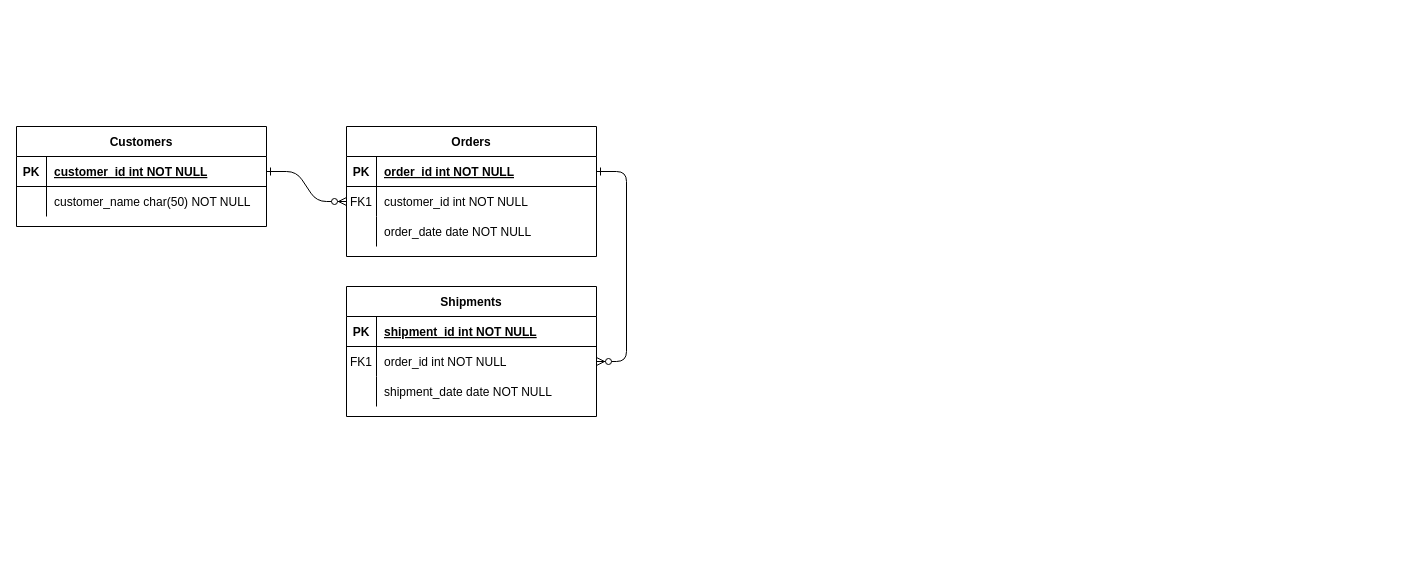
The draw.io diagram Untitled Diagram.drawio in Meepo39-1/AmdarisFInaleGitTest, before the edit. Source tidied: cells renumbered, new cells numbered last; positions are measured from the earlier drawing's top-left corner, leaving out a move shared by most shapes. Both pictures are drawn from the tidied source at 100%, with x=0, y=0 at pixel (16, 126).
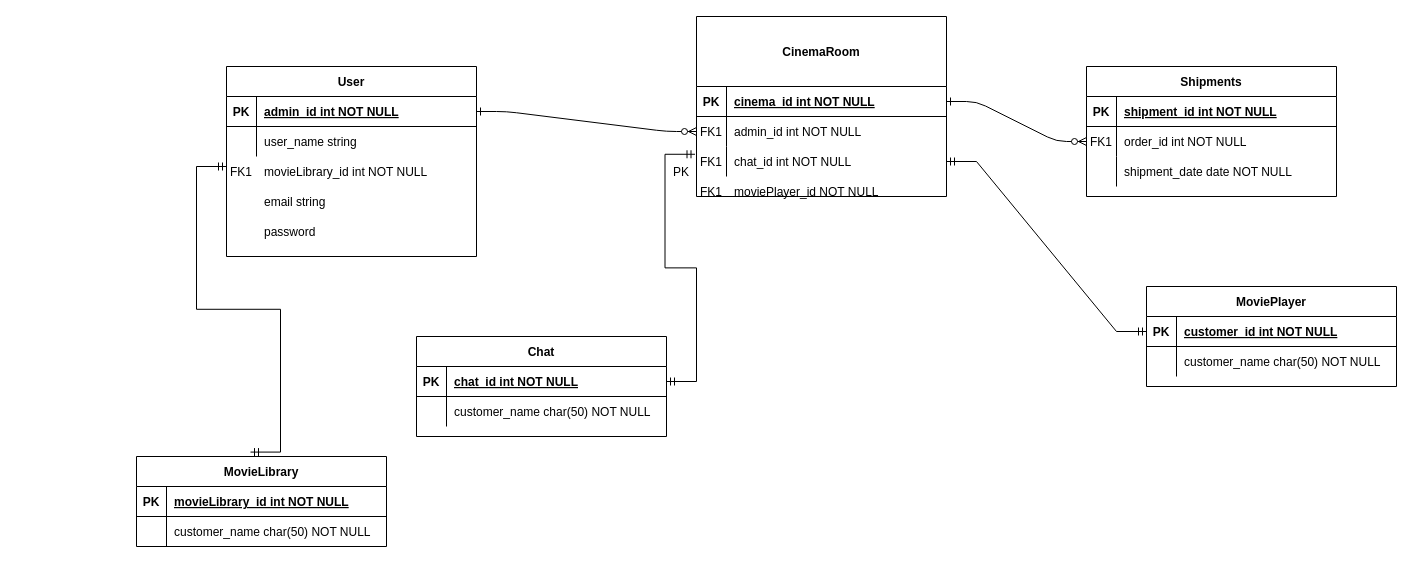
The same diagram, later.

Unchanged cells that the change refers to:
```xml
<mxCell id="25" style="shape=partialRectangle;fillColor=none;points=[[0,0.5],[1,0.5]];portConstraint=eastwest;top=0;left=0;right=0;bottom=1;" parent="24" vertex="1">
  <mxGeometry y="30" width="250" height="30" as="geometry" />
</mxCell>
<mxCell id="28" style="shape=partialRectangle;fillColor=none;top=0;left=0;right=0;bottom=0;" parent="24" vertex="1">
  <mxGeometry y="60" width="250" height="30" as="geometry" />
</mxCell>
```

Diff of the diagram source:
```diff
@@
-    <mxCell id="4" value="Orders" style="shape=table;startSize=30;childLayout=tableLayout;rowLines=0;fontStyle=1;align=center;" parent="1" vertex="1">
-      <mxGeometry x="330" width="250" height="130" as="geometry" />
+    <mxCell id="4" value="CinemaRoom" style="shape=table;startSize=70;childLayout=tableLayout;rowLines=0;fontStyle=1;align=center;" parent="1" vertex="1">
+      <mxGeometry x="680" y="-110" width="250" height="180" as="geometry" />
     </mxCell>
     <mxCell id="5" style="shape=partialRectangle;fillColor=none;points=[[0,0.5],[1,0.5]];portConstraint=eastwest;top=0;left=0;right=0;bottom=1;" parent="4" vertex="1">
-      <mxGeometry y="30" width="250" height="30" as="geometry" />
+      <mxGeometry y="70" width="250" height="30" as="geometry" />
     </mxCell>
@@
-    <mxCell id="7" value="order_id int NOT NULL " style="shape=partialRectangle;overflow=hidden;fillColor=none;top=0;left=0;bottom=0;right=0;align=left;spacingLeft=6;fontStyle=5;" parent="5" vertex="1">
+    <mxCell id="7" value="cinema_id int NOT NULL " style="shape=partialRectangle;overflow=hidden;fillColor=none;top=0;left=0;bottom=0;right=0;align=left;spacingLeft=6;fontStyle=5;" parent="5" vertex="1">
       <mxGeometry x="30" width="220" height="30" as="geometry" />
     </mxCell>
     <mxCell id="8" style="shape=partialRectangle;fillColor=none;points=[[0,0.5],[1,0.5]];portConstraint=eastwest;top=0;left=0;right=0;bottom=0;" parent="4" vertex="1">
-      <mxGeometry y="60" width="250" height="30" as="geometry" />
+      <mxGeometry y="100" width="250" height="30" as="geometry" />
     </mxCell>
@@
-    <mxCell id="10" value="customer_id int NOT NULL" style="shape=partialRectangle;overflow=hidden;fillColor=none;top=0;left=0;bottom=0;right=0;align=left;spacingLeft=6;" parent="8" vertex="1">
+    <mxCell id="10" value="admin_id int NOT NULL" style="shape=partialRectangle;overflow=hidden;fillColor=none;top=0;left=0;bottom=0;right=0;align=left;spacingLeft=6;" parent="8" vertex="1">
       <mxGeometry x="30" width="220" height="30" as="geometry" />
     </mxCell>
     <mxCell id="11" style="shape=partialRectangle;fillColor=none;points=[[0,0.5],[1,0.5]];portConstraint=eastwest;top=0;left=0;right=0;bottom=0;" parent="4" vertex="1">
-      <mxGeometry y="90" width="250" height="30" as="geometry" />
+      <mxGeometry y="130" width="250" height="30" as="geometry" />
     </mxCell>
@@
-    <mxCell id="13" value="order_date date NOT NULL" style="shape=partialRectangle;overflow=hidden;fillColor=none;top=0;left=0;bottom=0;right=0;align=left;spacingLeft=6;" parent="11" vertex="1">
+    <mxCell id="13" value="chat_id int NOT NULL" style="shape=partialRectangle;overflow=hidden;fillColor=none;top=0;left=0;bottom=0;right=0;align=left;spacingLeft=6;" parent="11" vertex="1">
       <mxGeometry x="30" width="220" height="30" as="geometry" />
     </mxCell>
     <mxCell id="14" value="Shipments" style="shape=table;startSize=30;childLayout=tableLayout;rowLines=0;fontStyle=1;align=center;" parent="1" vertex="1">
-      <mxGeometry x="330" y="160" width="250" height="130" as="geometry" />
+      <mxGeometry x="1070" y="-60" width="250" height="130" as="geometry" />
     </mxCell>
@@
-    <mxCell id="24" value="Customers" style="shape=table;startSize=30;childLayout=tableLayout;rowLines=0;fontStyle=1;align=center;" parent="1" vertex="1">
-      <mxGeometry width="250" height="100" as="geometry" />
+    <mxCell id="24" value="User" style="shape=table;startSize=30;childLayout=tableLayout;rowLines=0;fontStyle=1;align=center;" parent="1" vertex="1">
+      <mxGeometry x="210" y="-60" width="250" height="190" as="geometry" />
     </mxCell>
@@
-    <mxCell id="27" value="customer_id int NOT NULL " style="shape=partialRectangle;overflow=hidden;fillColor=none;top=0;left=0;bottom=0;right=0;align=left;spacingLeft=6;fontStyle=5;" parent="25" vertex="1">
+    <mxCell id="27" value="admin_id int NOT NULL" style="shape=partialRectangle;overflow=hidden;fillColor=none;top=0;left=0;bottom=0;right=0;align=left;spacingLeft=6;fontStyle=5;" parent="25" vertex="1">
       <mxGeometry x="30" width="220" height="30" as="geometry" />
     </mxCell>
@@
-    <mxCell id="30" value="customer_name char(50) NOT NULL" style="shape=partialRectangle;overflow=hidden;fillColor=none;top=0;left=0;bottom=0;right=0;align=left;spacingLeft=6;" parent="28" vertex="1">
+    <mxCell id="30" value="user_name string" style="shape=partialRectangle;overflow=hidden;fillColor=none;top=0;left=0;bottom=0;right=0;align=left;spacingLeft=6;" parent="28" vertex="1">
       <mxGeometry x="30" width="220" height="30" as="geometry" />
     </mxCell>
+    <mxCell id="31" value="email string" style="shape=partialRectangle;overflow=hidden;fillColor=none;top=0;left=0;bottom=0;right=0;align=left;spacingLeft=6;" parent="1" vertex="1">
+      <mxGeometry x="240" y="60" width="220" height="30" as="geometry" />
+    </mxCell>
+    <mxCell id="32" value="password" style="shape=partialRectangle;overflow=hidden;fillColor=none;top=0;left=0;bottom=0;right=0;align=left;spacingLeft=6;" parent="1" vertex="1">
+      <mxGeometry x="240" y="90" width="220" height="30" as="geometry" />
+    </mxCell>
+    <mxCell id="33" value="movieLibrary_id int NOT NULL" style="shape=partialRectangle;overflow=hidden;fillColor=none;top=0;left=0;bottom=0;right=0;align=left;spacingLeft=6;" parent="1" vertex="1">
+      <mxGeometry x="240" y="30" width="220" height="30" as="geometry" />
+    </mxCell>
+    <mxCell id="34" value="FK1" style="shape=partialRectangle;overflow=hidden;fillColor=none;top=0;left=0;bottom=0;right=0;" parent="1" vertex="1">
+      <mxGeometry x="210" y="30" width="30" height="30" as="geometry" />
+    </mxCell>
+    <mxCell id="35" value="MovieLibrary" style="shape=table;startSize=30;childLayout=tableLayout;rowLines=0;fontStyle=1;align=center;" parent="1" vertex="1">
+      <mxGeometry x="120" y="330" width="250" height="90" as="geometry" />
+    </mxCell>
+    <mxCell id="36" style="shape=partialRectangle;fillColor=none;top=0;left=0;right=0;bottom=1;" parent="35" vertex="1">
+      <mxGeometry y="30" width="250" height="30" as="geometry" />
+    </mxCell>
+    <mxCell id="37" value="PK" style="shape=partialRectangle;overflow=hidden;fillColor=none;top=0;left=0;bottom=0;right=0;fontStyle=1;" parent="36" vertex="1">
+      <mxGeometry width="30" height="30" as="geometry" />
+    </mxCell>
+    <mxCell id="38" value="movieLibrary_id int NOT NULL" style="shape=partialRectangle;overflow=hidden;fillColor=none;top=0;left=0;bottom=0;right=0;align=left;spacingLeft=6;fontStyle=5;" parent="36" vertex="1">
+      <mxGeometry x="30" width="220" height="30" as="geometry" />
+    </mxCell>
+    <mxCell id="39" style="shape=partialRectangle;fillColor=none;top=0;left=0;right=0;bottom=0;" parent="35" vertex="1">
+      <mxGeometry y="60" width="250" height="30" as="geometry" />
+    </mxCell>
+    <mxCell id="40" style="shape=partialRectangle;overflow=hidden;fillColor=none;top=0;left=0;bottom=0;right=0;" parent="39" vertex="1">
+      <mxGeometry width="30" height="30" as="geometry" />
+    </mxCell>
+    <mxCell id="41" value="customer_name char(50) NOT NULL" style="shape=partialRectangle;overflow=hidden;fillColor=none;top=0;left=0;bottom=0;right=0;align=left;spacingLeft=6;" parent="39" vertex="1">
+      <mxGeometry x="30" width="220" height="30" as="geometry" />
+    </mxCell>
+    <mxCell id="42" style="edgeStyle=entityRelationEdgeStyle;fontSize=12;html=1;endArrow=ERmandOne;startArrow=ERmandOne;rounded=0;exitX=0.456;exitY=-0.049;exitDx=0;exitDy=0;exitPerimeter=0;" parent="1" edge="1" source="35">
+      <mxGeometry relative="1" as="geometry">
+        <mxPoint x="210" y="40" as="targetPoint" />
+      </mxGeometry>
+    </mxCell>
+    <mxCell id="43" value="Chat" style="shape=table;startSize=30;childLayout=tableLayout;rowLines=0;fontStyle=1;align=center;" parent="1" vertex="1">
+      <mxGeometry x="400" y="210" width="250" height="100" as="geometry" />
+    </mxCell>
+    <mxCell id="44" style="shape=partialRectangle;fillColor=none;points=[[0,0.5],[1,0.5]];portConstraint=eastwest;top=0;left=0;right=0;bottom=1;" parent="43" vertex="1">
+      <mxGeometry y="30" width="250" height="30" as="geometry" />
+    </mxCell>
+    <mxCell id="45" value="PK" style="shape=partialRectangle;overflow=hidden;fillColor=none;top=0;left=0;bottom=0;right=0;fontStyle=1;" parent="44" vertex="1">
+      <mxGeometry width="30" height="30" as="geometry" />
+    </mxCell>
+    <mxCell id="46" value="chat_id int NOT NULL" style="shape=partialRectangle;overflow=hidden;fillColor=none;top=0;left=0;bottom=0;right=0;align=left;spacingLeft=6;fontStyle=5;" parent="44" vertex="1">
+      <mxGeometry x="30" width="220" height="30" as="geometry" />
+    </mxCell>
+    <mxCell id="47" style="shape=partialRectangle;fillColor=none;top=0;left=0;right=0;bottom=0;" parent="43" vertex="1">
+      <mxGeometry y="60" width="250" height="30" as="geometry" />
+    </mxCell>
+    <mxCell id="48" style="shape=partialRectangle;overflow=hidden;fillColor=none;top=0;left=0;bottom=0;right=0;" parent="47" vertex="1">
+      <mxGeometry width="30" height="30" as="geometry" />
+    </mxCell>
+    <mxCell id="49" value="customer_name char(50) NOT NULL" style="shape=partialRectangle;overflow=hidden;fillColor=none;top=0;left=0;bottom=0;right=0;align=left;spacingLeft=6;" parent="47" vertex="1">
+      <mxGeometry x="30" width="220" height="30" as="geometry" />
+    </mxCell>
+    <mxCell id="50" value="MoviePlayer" style="shape=table;startSize=30;childLayout=tableLayout;rowLines=0;fontStyle=1;align=center;" parent="1" vertex="1">
+      <mxGeometry x="1130" y="160" width="250" height="100" as="geometry" />
+    </mxCell>
+    <mxCell id="51" style="shape=partialRectangle;fillColor=none;points=[[0,0.5],[1,0.5]];portConstraint=eastwest;top=0;left=0;right=0;bottom=1;" parent="50" vertex="1">
+      <mxGeometry y="30" width="250" height="30" as="geometry" />
+    </mxCell>
+    <mxCell id="52" value="PK" style="shape=partialRectangle;overflow=hidden;fillColor=none;top=0;left=0;bottom=0;right=0;fontStyle=1;" parent="51" vertex="1">
+      <mxGeometry width="30" height="30" as="geometry" />
+    </mxCell>
+    <mxCell id="53" value="customer_id int NOT NULL " style="shape=partialRectangle;overflow=hidden;fillColor=none;top=0;left=0;bottom=0;right=0;align=left;spacingLeft=6;fontStyle=5;" parent="51" vertex="1">
+      <mxGeometry x="30" width="220" height="30" as="geometry" />
+    </mxCell>
+    <mxCell id="54" style="shape=partialRectangle;fillColor=none;top=0;left=0;right=0;bottom=0;" parent="50" vertex="1">
+      <mxGeometry y="60" width="250" height="30" as="geometry" />
+    </mxCell>
+    <mxCell id="55" style="shape=partialRectangle;overflow=hidden;fillColor=none;top=0;left=0;bottom=0;right=0;" parent="54" vertex="1">
+      <mxGeometry width="30" height="30" as="geometry" />
+    </mxCell>
+    <mxCell id="56" value="customer_name char(50) NOT NULL" style="shape=partialRectangle;overflow=hidden;fillColor=none;top=0;left=0;bottom=0;right=0;align=left;spacingLeft=6;" parent="54" vertex="1">
+      <mxGeometry x="30" width="220" height="30" as="geometry" />
+    </mxCell>
+    <mxCell id="57" style="edgeStyle=entityRelationEdgeStyle;fontSize=12;html=1;endArrow=ERmandOne;startArrow=ERmandOne;rounded=0;entryX=1;entryY=0.5;entryDx=0;entryDy=0;exitX=-0.006;exitY=0.259;exitDx=0;exitDy=0;exitPerimeter=0;" parent="1" edge="1" source="11" target="44">
+      <mxGeometry relative="1" as="geometry" />
+    </mxCell>
+    <mxCell id="58" value="PK" style="shape=partialRectangle;overflow=hidden;fillColor=none;top=0;left=0;bottom=0;right=0;" parent="1" vertex="1">
+      <mxGeometry x="650" y="30" width="30" height="30" as="geometry" />
+    </mxCell>
+    <mxCell id="59" value="FK1" style="shape=partialRectangle;overflow=hidden;fillColor=none;top=0;left=0;bottom=0;right=0;" parent="1" vertex="1">
+      <mxGeometry x="680" y="20" width="30" height="30" as="geometry" />
+    </mxCell>
+    <mxCell id="60" value="moviePlayer_id NOT NULL" style="shape=partialRectangle;overflow=hidden;fillColor=none;top=0;left=0;bottom=0;right=0;align=left;spacingLeft=6;" parent="1" vertex="1">
+      <mxGeometry x="710" y="50" width="220" height="30" as="geometry" />
+    </mxCell>
+    <mxCell id="61" value="FK1" style="shape=partialRectangle;overflow=hidden;fillColor=none;top=0;left=0;bottom=0;right=0;" parent="1" vertex="1">
+      <mxGeometry x="680" y="50" width="30" height="30" as="geometry" />
+    </mxCell>
+    <mxCell id="62" style="edgeStyle=entityRelationEdgeStyle;fontSize=12;html=1;endArrow=ERmandOne;startArrow=ERmandOne;rounded=0;entryX=0;entryY=0.5;entryDx=0;entryDy=0;exitX=1;exitY=0.5;exitDx=0;exitDy=0;" parent="1" edge="1" source="11" target="51">
+      <mxGeometry relative="1" as="geometry" />
+    </mxCell>
```
